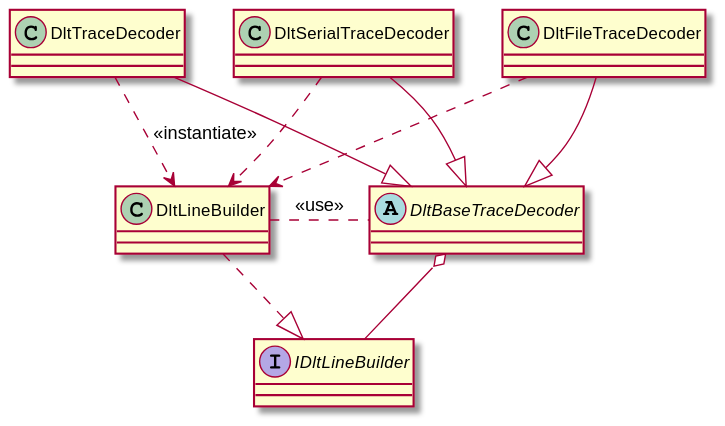
This is TraceReader.Dlt/docs/out/diagrams/DLT.DecoderClass/DLT.DecoderClass.svg from jcurl/RJCP.DLL.Log, a PlantUML export, as it was before one commit. Source of this version:
```plantuml
@startuml DLT.DecoderClass
abstract class DltBaseTraceDecoder
class DltTraceDecoder
class DltFileTraceDecoder
class DltSerialTraceDecoder

DltTraceDecoder -d-|> DltBaseTraceDecoder
DltFileTraceDecoder -d-|> DltBaseTraceDecoder
DltSerialTraceDecoder -d-|> DltBaseTraceDecoder

interface IDltLineBuilder
class DltLineBuilder

DltLineBuilder .d.|> IDltLineBuilder
DltLineBuilder .r. DltBaseTraceDecoder : <<use>>

DltBaseTraceDecoder o-d- IDltLineBuilder
DltTraceDecoder .d.> DltLineBuilder : <<instantiate>>
DltFileTraceDecoder .d.> DltLineBuilder
DltSerialTraceDecoder .d.> DltLineBuilder
@enduml
```
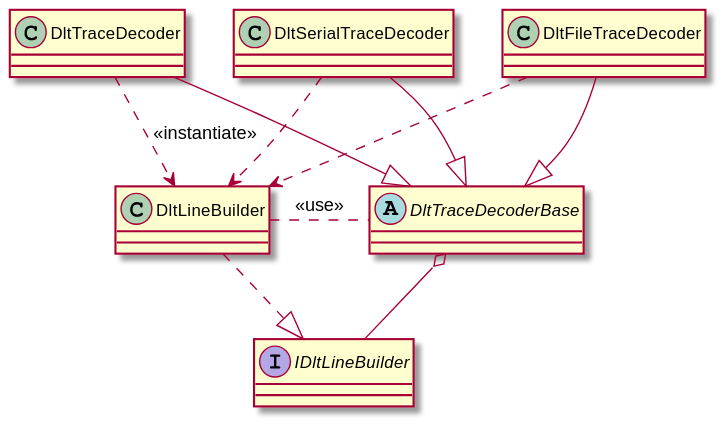
The same diagram one commit later.

The edit, as a diff of the source:
```diff
@@ -1,20 +1,20 @@
 @startuml DLT.DecoderClass
-abstract class DltBaseTraceDecoder
+abstract class DltTraceDecoderBase
 class DltTraceDecoder
 class DltFileTraceDecoder
 class DltSerialTraceDecoder
 
-DltTraceDecoder -d-|> DltBaseTraceDecoder
-DltFileTraceDecoder -d-|> DltBaseTraceDecoder
-DltSerialTraceDecoder -d-|> DltBaseTraceDecoder
+DltTraceDecoder -d-|> DltTraceDecoderBase
+DltFileTraceDecoder -d-|> DltTraceDecoderBase
+DltSerialTraceDecoder -d-|> DltTraceDecoderBase
 
 interface IDltLineBuilder
 class DltLineBuilder
 
 DltLineBuilder .d.|> IDltLineBuilder
-DltLineBuilder .r. DltBaseTraceDecoder : <<use>>
+DltLineBuilder .r. DltTraceDecoderBase : <<use>>
 
-DltBaseTraceDecoder o-d- IDltLineBuilder
+DltTraceDecoderBase o-d- IDltLineBuilder
 DltTraceDecoder .d.> DltLineBuilder : <<instantiate>>
 DltFileTraceDecoder .d.> DltLineBuilder
 DltSerialTraceDecoder .d.> DltLineBuilder
```
